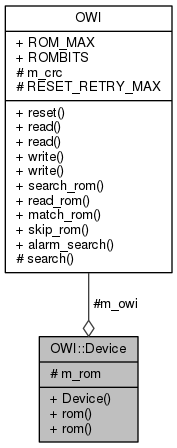
This is Arduino-OWI/db/ddc/classOWI_1_1Device__coll__graph.png from mikaelpatel/mikaelpatel.github.io, a Graphviz export, as it was before one commit. Its source is kept beside it as Arduino-OWI/db/ddc/classOWI_1_1Device__coll__graph.dot.
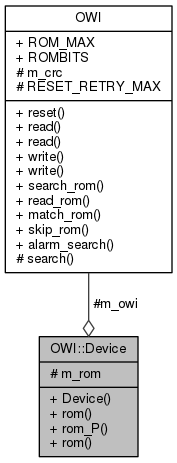
After the commit.

The edit, as a diff of the source:
```diff
@@ -2,7 +2,7 @@
 {
   edge [fontname="Helvetica",fontsize="10",labelfontname="Helvetica",labelfontsize="10"];
   node [fontname="Helvetica",fontsize="10",shape=record];
-  Node1 [label="{OWI::Device\n|# m_rom\l|+ Device()\l+ rom()\l+ rom()\l}",height=0.2,width=0.4,color="black", fillcolor="grey75", style="filled", fontcolor="black"];
+  Node1 [label="{OWI::Device\n|# m_rom\l|+ Device()\l+ rom()\l+ rom_P()\l+ rom()\l}",height=0.2,width=0.4,color="black", fillcolor="grey75", style="filled", fontcolor="black"];
   Node2 -> Node1 [color="grey25",fontsize="10",style="solid",label=" #m_owi" ,arrowhead="odiamond",fontname="Helvetica"];
   Node2 [label="{OWI\n|+ ROM_MAX\l+ ROMBITS\l# m_crc\l# RESET_RETRY_MAX\l|+ reset()\l+ read()\l+ read()\l+ write()\l+ write()\l+ search_rom()\l+ read_rom()\l+ match_rom()\l+ skip_rom()\l+ alarm_search()\l# search()\l}",height=0.2,width=0.4,color="black", fillcolor="white", style="filled",URL="$d7/d90/classOWI.html"];
 }
```
